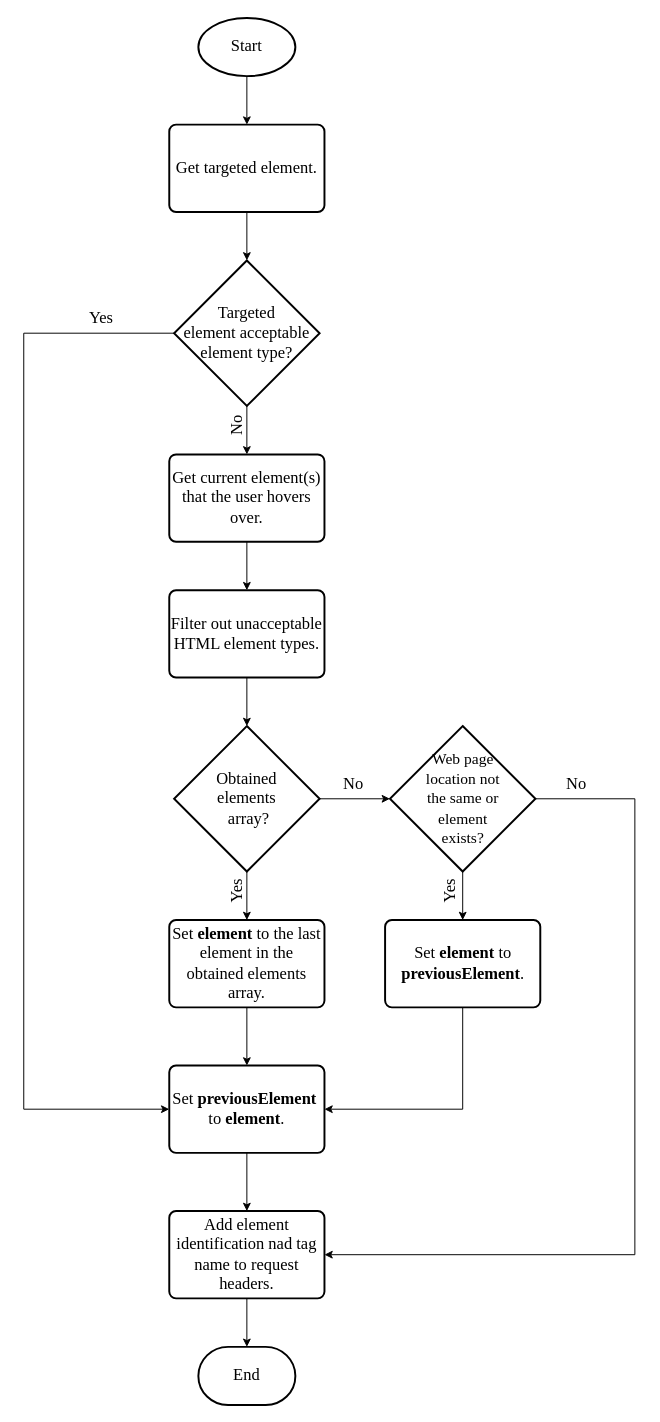
Earlier version of the draw.io diagram img/Chapter2/element_capturing/element_capturing.drawio (CorrieScheepers/Masters). Source tidied: cells renumbered, new cells numbered last; positions are measured from the earlier drawing's top-left corner, leaving out a move shared by most shapes. Both pictures are drawn from the tidied source at 97%, with x=0, y=0 at pixel (23, 17).
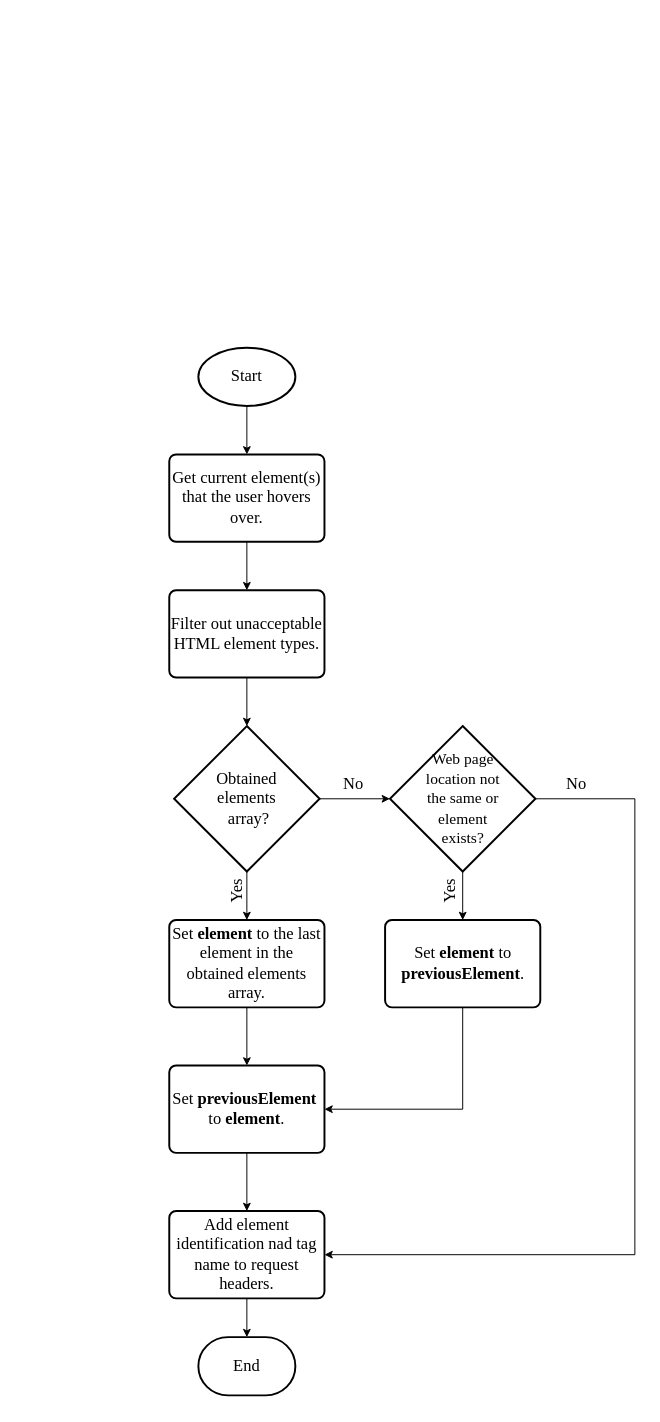
The same diagram, later.

The change refers to these unchanged cells:
```xml
<mxCell id="5" value="Get current element(s) that the user hovers over." style="rounded=1;whiteSpace=wrap;html=1;absoluteArcSize=1;arcSize=14;strokeWidth=2;fontFamily=Times New Roman;fillColor=none;fontSize=17;" parent="1" vertex="1">
  <mxGeometry x="150" y="450" width="160" height="90" as="geometry" />
</mxCell>
<mxCell id="27" value="Set&amp;nbsp;&lt;b&gt;previousElement&amp;nbsp;&lt;br&gt;&lt;/b&gt;to &lt;b&gt;element&lt;/b&gt;." style="rounded=1;whiteSpace=wrap;html=1;absoluteArcSize=1;arcSize=14;strokeWidth=2;fontFamily=Times New Roman;fillColor=none;fontSize=17;" parent="1" vertex="1">
  <mxGeometry x="150" y="1080" width="160" height="90" as="geometry" />
</mxCell>
```

Diff of the diagram source:
```diff
@@
-    <mxCell id="2" style="edgeStyle=orthogonalEdgeStyle;rounded=0;jettySize=auto;html=1;exitX=0.5;exitY=1;exitDx=0;exitDy=0;exitPerimeter=0;entryX=0.5;entryY=0;entryDx=0;entryDy=0;" parent="1" edge="1" source="3" target="29">
-      <mxGeometry relative="1" as="geometry" />
-    </mxCell>
+    <mxCell id="34" style="edgeStyle=orthogonalEdgeStyle;rounded=0;jettySize=auto;html=1;entryX=0.5;entryY=0;entryDx=0;entryDy=0;" parent="1" edge="1" source="3" target="5">
+      <mxGeometry relative="1" as="geometry" />
+    </mxCell>
     <mxCell id="3" value="Start" style="strokeWidth=2;html=1;shape=mxgraph.flowchart.start_1;whiteSpace=wrap;fontFamily=Times New Roman;fillColor=none;fontSize=17;" parent="1" vertex="1">
-      <mxGeometry x="180" width="100" height="60" as="geometry" />
+      <mxGeometry x="180" y="340" width="100" height="60" as="geometry" />
     </mxCell>
@@
-    <mxCell id="11" style="edgeStyle=orthogonalEdgeStyle;rounded=0;jettySize=auto;html=1;exitX=0.5;exitY=1;exitDx=0;exitDy=0;exitPerimeter=0;entryX=0.5;entryY=0;entryDx=0;entryDy=0;" parent="1" edge="1" source="13" target="5">
-      <mxGeometry relative="1" as="geometry" />
-    </mxCell>
-    <mxCell id="12" style="edgeStyle=orthogonalEdgeStyle;rounded=0;jettySize=auto;html=1;exitX=0;exitY=0.5;exitDx=0;exitDy=0;exitPerimeter=0;entryX=0;entryY=0.5;entryDx=0;entryDy=0;" parent="1" edge="1" source="13" target="27">
-      <mxGeometry relative="1" as="geometry">
-        <Array as="points">
-          <mxPoint y="325" />
-          <mxPoint y="1125" />
-        </Array>
-      </mxGeometry>
-    </mxCell>
-    <mxCell id="13" value="Targeted &lt;br&gt;element acceptable element type?" style="strokeWidth=2;html=1;shape=mxgraph.flowchart.decision;whiteSpace=wrap;fontFamily=Times New Roman;fillColor=none;fontSize=17;" parent="1" vertex="1">
-      <mxGeometry x="155" y="250" width="150" height="150" as="geometry" />
-    </mxCell>
@@
-    <mxCell id="20" value="No" style="text;html=1;strokeColor=none;fillColor=none;align=center;verticalAlign=middle;whiteSpace=wrap;rounded=0;fontFamily=Times New Roman;rotation=-90;fontSize=17;" parent="1" vertex="1">
-      <mxGeometry x="200" y="410" width="40" height="20" as="geometry" />
-    </mxCell>
     <mxCell id="21" value="End" style="strokeWidth=2;html=1;shape=mxgraph.flowchart.terminator;whiteSpace=wrap;fillColor=none;fontFamily=Times New Roman;fontSize=17;" parent="1" vertex="1">
-      <mxGeometry x="180" y="1370" width="100" height="60" as="geometry" />
+      <mxGeometry x="180" y="1360" width="100" height="60" as="geometry" />
     </mxCell>
@@
-    <mxCell id="28" style="edgeStyle=orthogonalEdgeStyle;rounded=0;jettySize=auto;html=1;exitX=0.5;exitY=1;exitDx=0;exitDy=0;entryX=0.5;entryY=0;entryDx=0;entryDy=0;entryPerimeter=0;" parent="1" edge="1" source="29" target="13">
-      <mxGeometry relative="1" as="geometry" />
-    </mxCell>
-    <mxCell id="29" value="Get targeted element." style="rounded=1;whiteSpace=wrap;html=1;absoluteArcSize=1;arcSize=14;strokeWidth=2;fontFamily=Times New Roman;fillColor=none;fontSize=17;" parent="1" vertex="1">
-      <mxGeometry x="150" y="110" width="160" height="90" as="geometry" />
-    </mxCell>
@@
-    <mxCell id="32" value="Yes" style="text;html=1;strokeColor=none;fillColor=none;align=center;verticalAlign=middle;whiteSpace=wrap;rounded=0;fontFamily=Times New Roman;rotation=0;fontSize=17;" parent="1" vertex="1">
-      <mxGeometry x="60" y="300" width="40" height="20" as="geometry" />
-    </mxCell>
```
